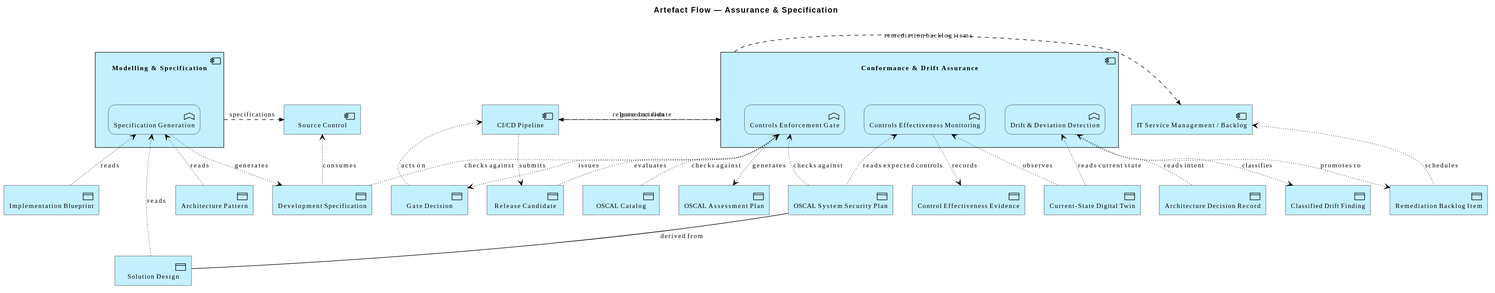
wolffy-au/frictionless-architect keeps this PlantUML diagram as architecture/model/diagrams/application/artefact-assurance-spec.svg. Above is the earlier version.
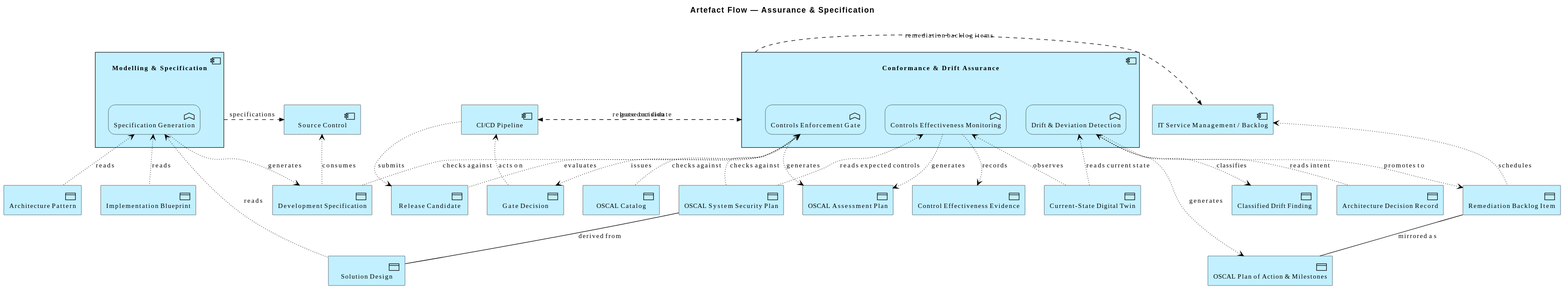
The same diagram one commit later.

Commit message:
feat(model): wire OSCAL Assessment Plan into both cadences, add POA&M sidecar

The edit, as a diff of the source:
```diff
@@ -27,6 +27,7 @@
 Application_DataObject(e_idccf5eb3e5a985e, "Control Effectiveness Evidence")
 Application_DataObject(e_id1c39613a2dec56, "Classified Drift Finding")
 Application_DataObject(e_idf689dee540f85d, "Remediation Backlog Item")
+Application_DataObject(e_id32d59452663b59, "OSCAL Plan of Action & Milestones")
 Application_DataObject(e_id103558edb3e153, "Development Specification")
 
 Rel_Flow_Right(e_iddc67769c419e5d, e_id492c882252a953, "release candidate")
@@ -48,6 +49,7 @@
 Rel_Access_w(e_idbf7bcc015b2d5d, e_idfc003fff746357, "issues")
 Rel_Access_r(e_iddc67769c419e5d, e_idfc003fff746357, "acts on")
 Rel_Access_r(e_id40274d7630725c, e_id20c3b0ad770d57, "reads expected controls")
+Rel_Access_w(e_id40274d7630725c, e_id697775b1740354, "generates")
 Rel_Access_r(e_id40274d7630725c, e_id20c5428a37355f, "observes")
 Rel_Access_w(e_id40274d7630725c, e_idccf5eb3e5a985e, "records")
 Rel_Access_r(e_id5447be33805351, e_id20c5428a37355f, "reads current state")
@@ -55,4 +57,6 @@
 Rel_Access_w(e_id5447be33805351, e_id1c39613a2dec56, "classifies")
 Rel_Access_w(e_id5447be33805351, e_idf689dee540f85d, "promotes to")
 Rel_Access_r(e_idaabfebfc7b9858, e_idf689dee540f85d, "schedules")
+Rel_Access_w(e_id5447be33805351, e_id32d59452663b59, "generates")
+Rel_Association(e_idf689dee540f85d, e_id32d59452663b59, "mirrored as")
 @enduml
```
